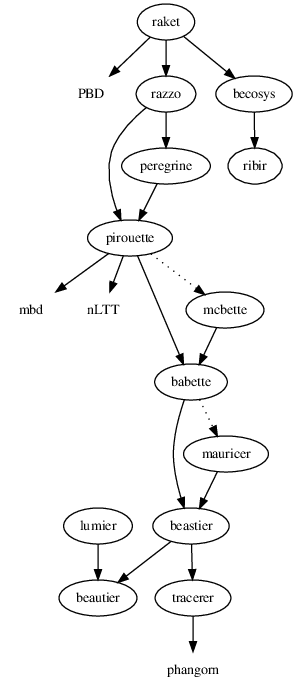
Above: doc/dependencies.png in richelbilderbeek/flechette (Graphviz), before the change. Its source is kept beside it as doc/dependencies.dot. Source of this version:
```dot
digraph G
{
  mbd [shape=none];
  PBD [shape=none];
  phangorn [shape=none];
  nLTT [shape=none];
  babette -> beastier;
  babette -> mauricer [style=dotted];
  mauricer -> beastier;
  beastier -> tracerer;
  beastier -> beautier;
  tracerer -> phangorn;
  lumier -> beautier;
  mcbette -> babette;
  pirouette -> babette;
  pirouette -> mcbette [style=dotted];
  pirouette -> mbd;
  pirouette -> nLTT;
  razzo -> pirouette;
  peregrine -> pirouette;
  razzo -> peregrine;
  raket -> razzo;
  raket -> becosys;
  raket -> PBD;
  becosys -> ribir;
}
```
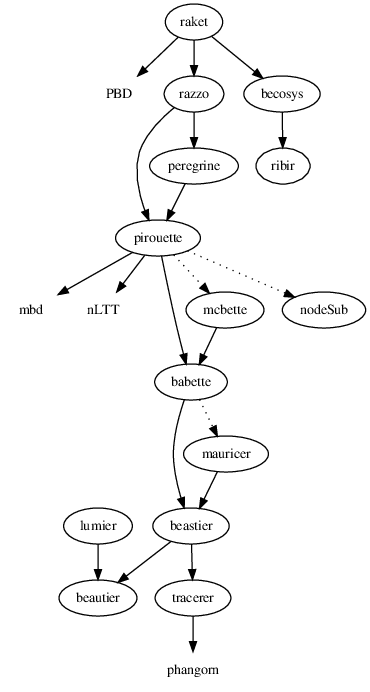
Later version of the same file.

The edit, as a diff of the source:
```diff
@@ -16,6 +16,7 @@
   pirouette -> mcbette [style=dotted];
   pirouette -> mbd;
   pirouette -> nLTT;
+  pirouette -> nodeSub [style=dotted];
   razzo -> pirouette;
   peregrine -> pirouette;
   razzo -> peregrine;
```
